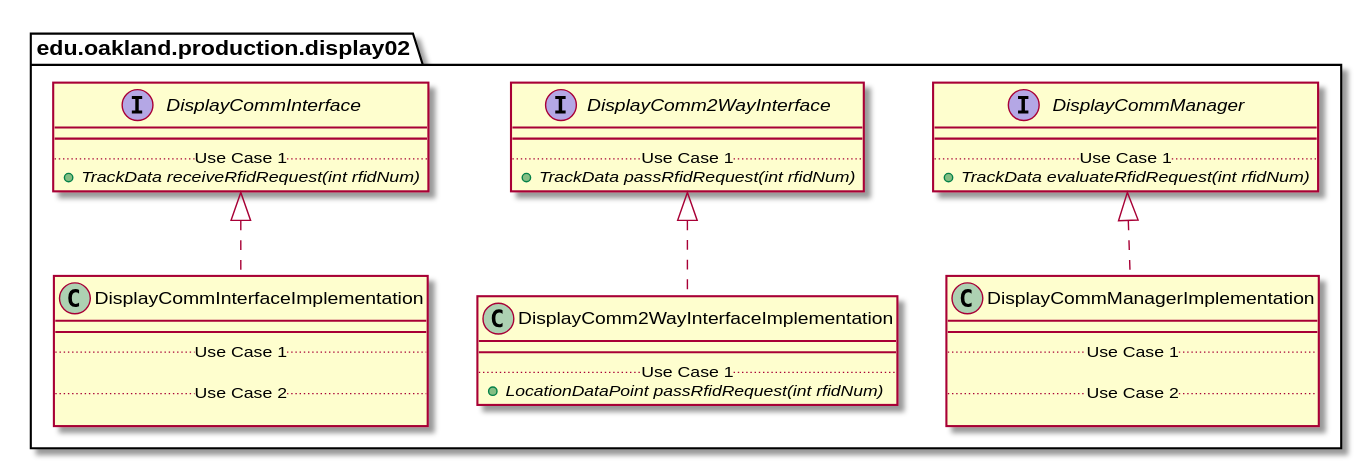
Before: docs/uml-class-diagrams/display02/production/Display02ProductionPackage_DirectDependencies.svg, a diagram exported from PlantUML (andrewdimmer/csi-3370-software-project).
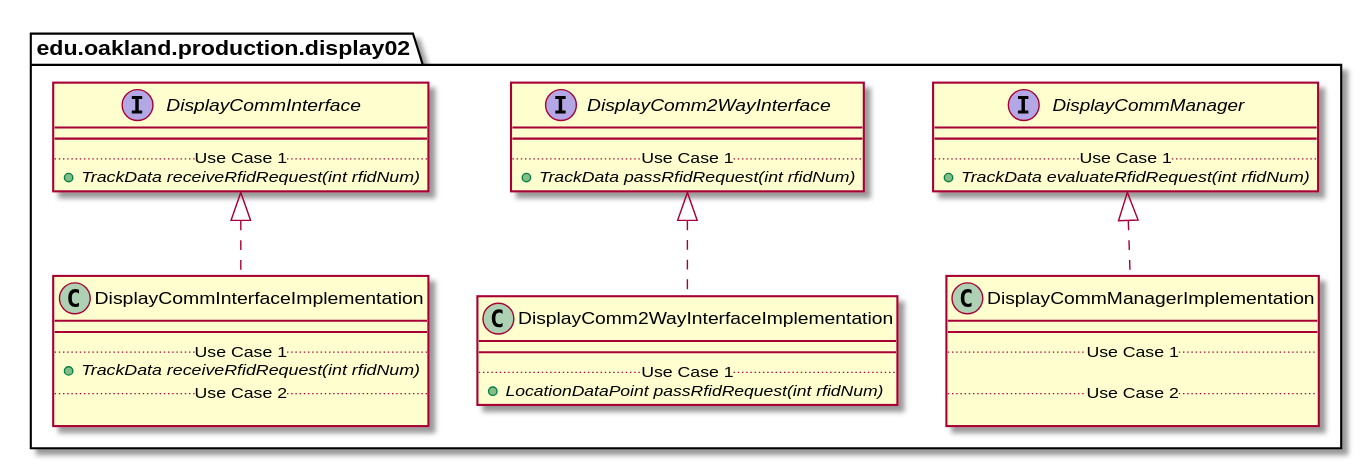
After the change.

Change to the diagram source:
```diff
@@ -41,7 +41,7 @@
     class DisplayCommInterfaceImplementation {
         __
         .. Use Case 1 ..
-
+        {abstract} + TrackData receiveRfidRequest(int rfidNum)
         .. Use Case 2 ..
 
     }
```
